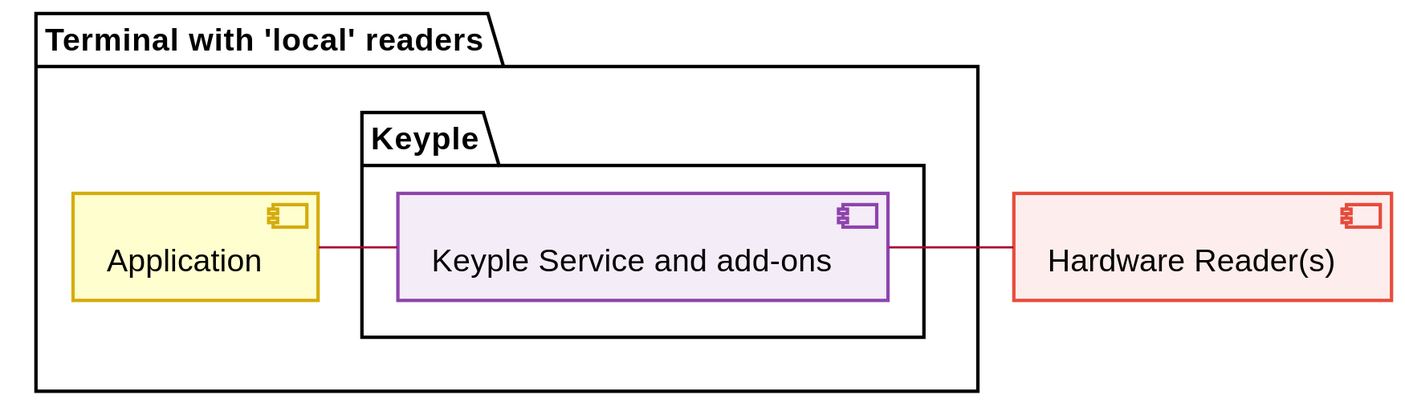
Earlier version of the PlantUML export media/learn/developer-guide/standalone-application/Local_Application_Components_Overview.svg (yvonneyam/keyple-website).
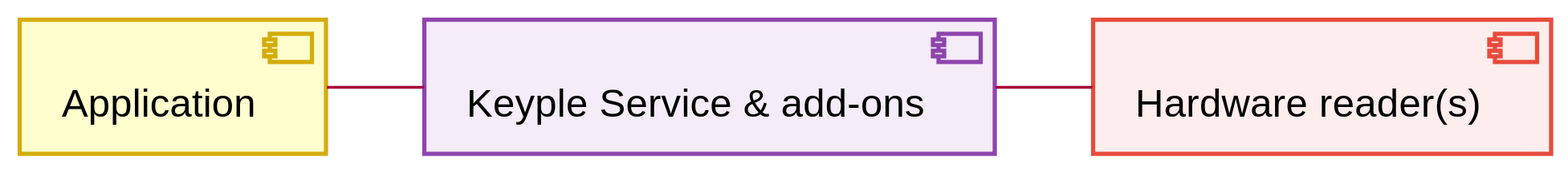
Later version of the same file.

The edit, as a diff of the source:
```diff
@@ -21,19 +21,11 @@
 hide <<grey>> stereotype
 
 
-[Hardware Reader(s)] as reader <<red>>
-
-package "Terminal with 'local' readers" {
-    [Application] as appA
-    package "Keyple" as localKeyple {
-        [Keyple Service and add-ons] as localKeypleLibs <<purple>>
-    }
-}
-
-
+[Hardware reader(s)] as reader <<red>>
+[Application] as appA
+[Keyple Service & add-ons] as localKeypleLibs <<purple>>
 
 appA - localKeypleLibs
 localKeypleLibs - reader
 
-
 @enduml
```
